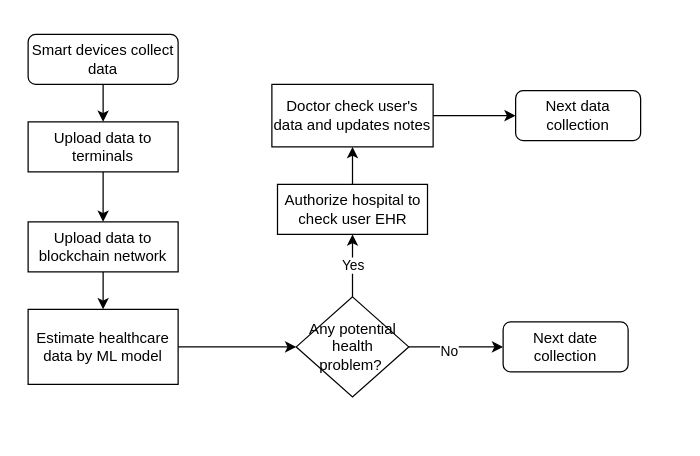
Above: PatientDocorComunicationFlowchart.drawio in unnc-fose-20126522/Health-Status-Monitoring-System-based-on-Hyperledger-Fabric-and-ModeChain (draw.io), before the change. Source tidied: cells renumbered, new cells numbered last; positions are measured from the earlier drawing's top-left corner, leaving out a move shared by most shapes. Both pictures are drawn from the tidied source at 125%, with x=0, y=0 at pixel (28, 34).
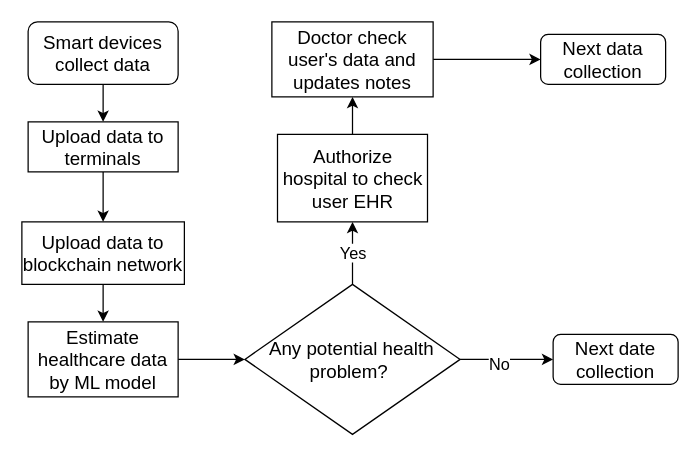
After the change.

The edit, as a diff of the source:
```diff
@@
 <mxGraphModel>
   <root>
     <mxCell id="0" />
     <mxCell id="1" parent="0" />
     <mxCell id="2" style="edgeStyle=orthogonalEdgeStyle;rounded=0;jettySize=auto;html=1;entryX=0.5;entryY=0;entryDx=0;entryDy=0;" parent="1" edge="1" source="3" target="5">
       <mxGeometry relative="1" as="geometry" />
     </mxCell>
-    <mxCell id="3" value="Smart devices collect data" style="rounded=1;whiteSpace=wrap;html=1;fontSize=12;glass=0;strokeWidth=1;shadow=0;" parent="1" vertex="1">
-      <mxGeometry width="120" height="40" as="geometry" />
+    <mxCell id="3" value="&lt;font style=&quot;font-size: 15px&quot;&gt;Smart devices collect data&lt;/font&gt;" style="rounded=1;whiteSpace=wrap;html=1;fontSize=12;glass=0;strokeWidth=1;shadow=0;" parent="1" vertex="1">
+      <mxGeometry y="-10" width="120" height="50" as="geometry" />
     </mxCell>
     <mxCell id="4" style="edgeStyle=orthogonalEdgeStyle;rounded=0;jettySize=auto;html=1;" parent="1" edge="1" source="5" target="7">
       <mxGeometry relative="1" as="geometry" />
     </mxCell>
-    <mxCell id="5" value="Upload data to terminals" style="rounded=0;whiteSpace=wrap;html=1;" parent="1" vertex="1">
+    <mxCell id="5" value="&lt;font style=&quot;font-size: 15px&quot;&gt;Upload data to terminals&lt;/font&gt;" style="rounded=0;whiteSpace=wrap;html=1;" parent="1" vertex="1">
       <mxGeometry y="70" width="120" height="40" as="geometry" />
     </mxCell>
     <mxCell id="6" style="edgeStyle=orthogonalEdgeStyle;rounded=0;jettySize=auto;html=1;" parent="1" edge="1" source="7" target="15">
       <mxGeometry relative="1" as="geometry" />
     </mxCell>
-    <mxCell id="7" value="Upload data to blockchain network" style="whiteSpace=wrap;html=1;rounded=0;" parent="1" vertex="1">
-      <mxGeometry y="150" width="120" height="40" as="geometry" />
+    <mxCell id="7" value="&lt;font style=&quot;font-size: 15px&quot;&gt;Upload data to blockchain network&lt;/font&gt;" style="whiteSpace=wrap;html=1;rounded=0;" parent="1" vertex="1">
+      <mxGeometry x="-5" y="150" width="130" height="50" as="geometry" />
     </mxCell>
-    <mxCell id="8" value="Yes" style="edgeStyle=orthogonalEdgeStyle;rounded=0;jettySize=auto;html=1;" parent="1" edge="1" source="11" target="13">
+    <mxCell id="8" value="&lt;font style=&quot;font-size: 13px&quot;&gt;Yes&lt;/font&gt;" style="edgeStyle=orthogonalEdgeStyle;rounded=0;jettySize=auto;html=1;" parent="1" edge="1" source="11" target="13">
       <mxGeometry relative="1" as="geometry" />
     </mxCell>
     <mxCell id="9" style="edgeStyle=orthogonalEdgeStyle;rounded=0;jettySize=auto;html=1;" parent="1" edge="1" source="11" target="18">
       <mxGeometry relative="1" as="geometry" />
     </mxCell>
-    <mxCell id="10" value="No" style="edgeLabel;html=1;align=center;verticalAlign=middle;" parent="9" vertex="1">
+    <mxCell id="10" value="&lt;font style=&quot;font-size: 13px&quot;&gt;No&lt;/font&gt;" style="edgeLabel;html=1;align=center;verticalAlign=middle;" parent="9" vertex="1">
       <mxGeometry x="-0.16" y="-3" relative="1" as="geometry" />
     </mxCell>
-    <mxCell id="11" value="Any potential health problem?&amp;nbsp;" style="rhombus;whiteSpace=wrap;html=1;rounded=0;" parent="1" vertex="1">
-      <mxGeometry x="214.5" y="210" width="90" height="80" as="geometry" />
+    <mxCell id="11" value="&lt;font style=&quot;font-size: 15px&quot;&gt;Any potential health problem?&amp;nbsp;&lt;/font&gt;" style="rhombus;whiteSpace=wrap;html=1;rounded=0;" parent="1" vertex="1">
+      <mxGeometry x="173.4" y="200" width="172.2" height="120" as="geometry" />
     </mxCell>
     <mxCell id="12" style="edgeStyle=orthogonalEdgeStyle;rounded=0;jettySize=auto;html=1;" parent="1" edge="1" source="13" target="17">
       <mxGeometry relative="1" as="geometry" />
     </mxCell>
-    <mxCell id="13" value="Authorize hospital to check user EHR" style="whiteSpace=wrap;html=1;rounded=0;" parent="1" vertex="1">
-      <mxGeometry x="199.5" y="120" width="120" height="40" as="geometry" />
+    <mxCell id="13" value="&lt;font style=&quot;font-size: 15px&quot;&gt;Authorize hospital to check user EHR&lt;/font&gt;" style="whiteSpace=wrap;html=1;rounded=0;" parent="1" vertex="1">
+      <mxGeometry x="199.5" y="80" width="120" height="70" as="geometry" />
     </mxCell>
     <mxCell id="14" style="edgeStyle=orthogonalEdgeStyle;rounded=0;jettySize=auto;html=1;" parent="1" edge="1" source="15" target="11">
       <mxGeometry relative="1" as="geometry" />
     </mxCell>
-    <mxCell id="15" value="&lt;span&gt;Estimate healthcare data by ML model&lt;/span&gt;" style="whiteSpace=wrap;html=1;rounded=0;" parent="1" vertex="1">
-      <mxGeometry y="220" width="120" height="60" as="geometry" />
+    <mxCell id="15" value="&lt;span&gt;&lt;font style=&quot;font-size: 15px&quot;&gt;Estimate healthcare data by ML model&lt;/font&gt;&lt;/span&gt;" style="whiteSpace=wrap;html=1;rounded=0;" parent="1" vertex="1">
+      <mxGeometry y="230" width="120" height="60" as="geometry" />
     </mxCell>
     <mxCell id="16" style="edgeStyle=orthogonalEdgeStyle;rounded=0;jettySize=auto;html=1;" parent="1" edge="1" source="17" target="19">
       <mxGeometry relative="1" as="geometry" />
     </mxCell>
-    <mxCell id="17" value="Doctor check user's data and updates notes" style="whiteSpace=wrap;html=1;rounded=0;" parent="1" vertex="1">
-      <mxGeometry x="195" y="40" width="129" height="50" as="geometry" />
+    <mxCell id="17" value="&lt;font style=&quot;font-size: 15px&quot;&gt;Doctor check user's data and updates notes&lt;/font&gt;" style="whiteSpace=wrap;html=1;rounded=0;" parent="1" vertex="1">
+      <mxGeometry x="195" y="-10" width="129" height="60" as="geometry" />
     </mxCell>
-    <mxCell id="18" value="Next date collection" style="rounded=1;whiteSpace=wrap;html=1;" parent="1" vertex="1">
-      <mxGeometry x="380" y="230" width="100" height="40" as="geometry" />
+    <mxCell id="18" value="&lt;font style=&quot;font-size: 15px&quot;&gt;Next date collection&lt;/font&gt;" style="rounded=1;whiteSpace=wrap;html=1;" parent="1" vertex="1">
+      <mxGeometry x="420" y="240" width="100" height="40" as="geometry" />
     </mxCell>
-    <mxCell id="19" value="Next data collection" style="rounded=1;whiteSpace=wrap;html=1;" parent="1" vertex="1">
-      <mxGeometry x="390" y="45" width="100" height="40" as="geometry" />
+    <mxCell id="19" value="&lt;font style=&quot;font-size: 15px&quot;&gt;Next data collection&lt;/font&gt;" style="rounded=1;whiteSpace=wrap;html=1;" parent="1" vertex="1">
+      <mxGeometry x="410" width="100" height="40" as="geometry" />
     </mxCell>
   </root>
 </mxGraphModel>
```
